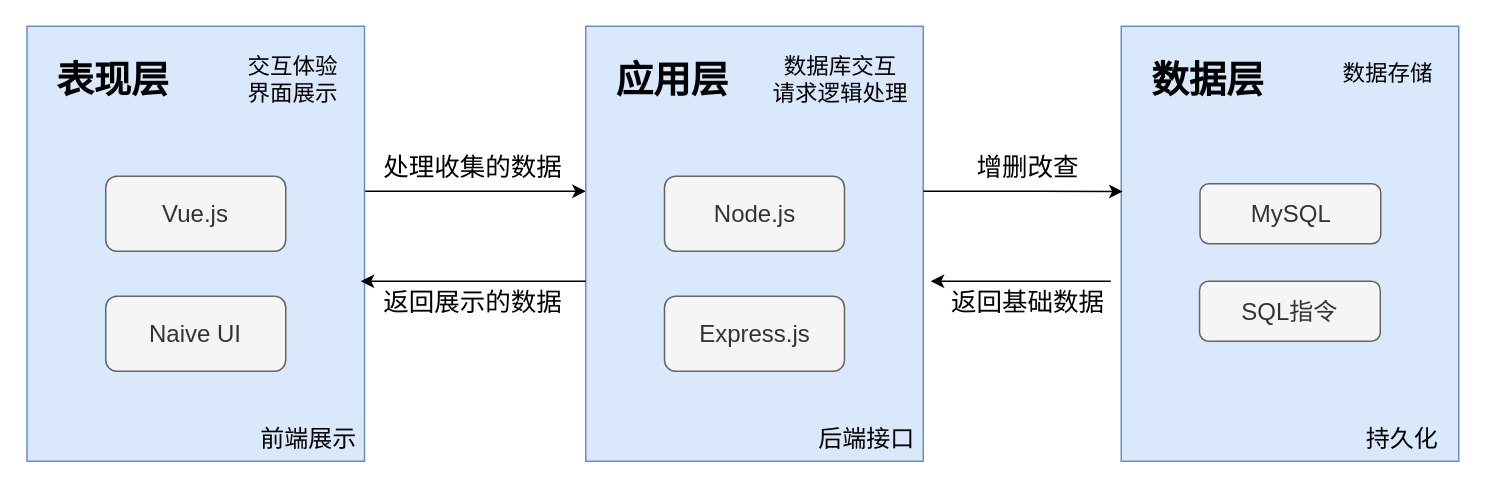
The draw.io diagram page "第 7 页" (7 of 7) of 毕业论文1.drawio in lexinhu/diagrams, before the edit. Source tidied: cells renumbered, new cells numbered last; positions are measured from the earlier drawing's top-left corner, leaving out a move shared by most shapes. Both pictures are drawn from the tidied source at 150%, with x=0, y=0 at pixel (27, 26).
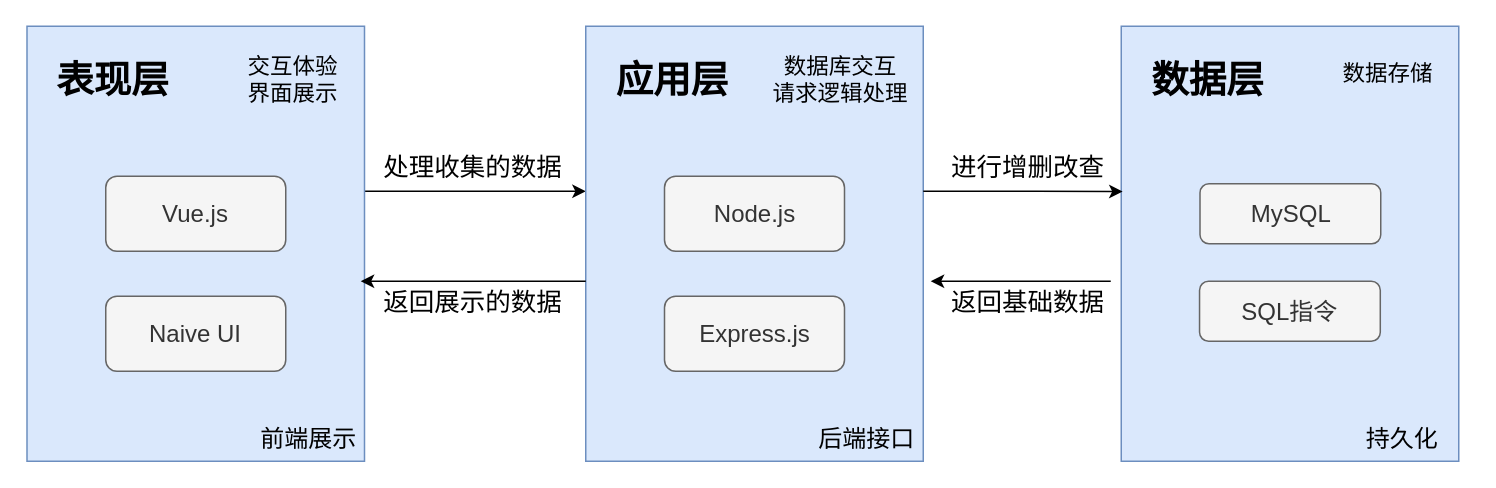
The same diagram, later.

Commit message:
更新毕业论文1.drawio

What changed in the source:
```diff
@@
-    <mxCell id="23" value="增删改查" style="text;html=1;align=center;verticalAlign=middle;whiteSpace=wrap;rounded=0;fontSize=17;" parent="1" vertex="1">
+    <mxCell id="23" value="进行增删改查" style="text;html=1;align=center;verticalAlign=middle;whiteSpace=wrap;rounded=0;fontSize=17;" parent="1" vertex="1">
       <mxGeometry x="612" y="80" width="110" height="30" as="geometry" />
     </mxCell>
```
